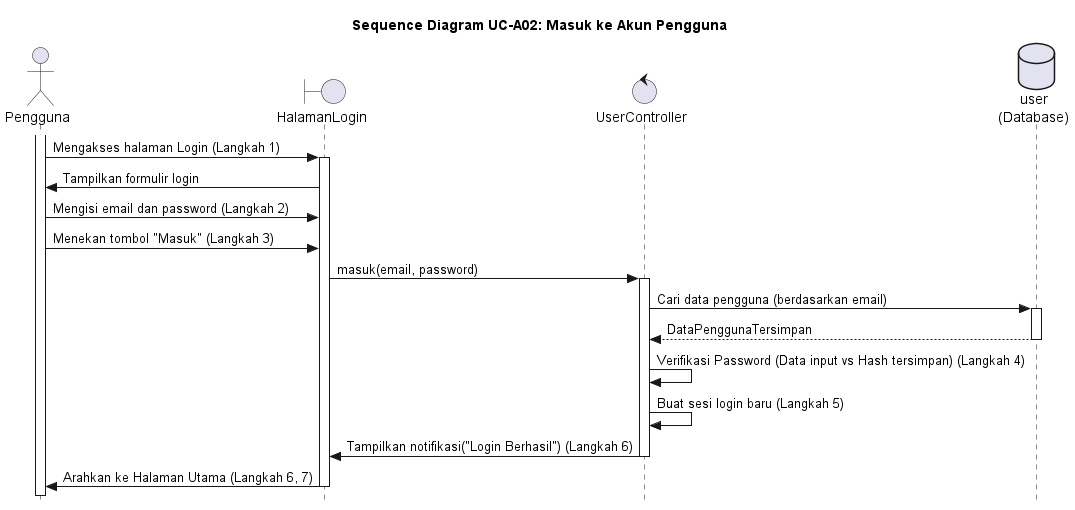
Earlier version of the PlantUML export out/UC-A02/SD-UC-A02_Login.png (alfiahnurfa/RSI-PROYEK-AKHIR-SEQUENCE).
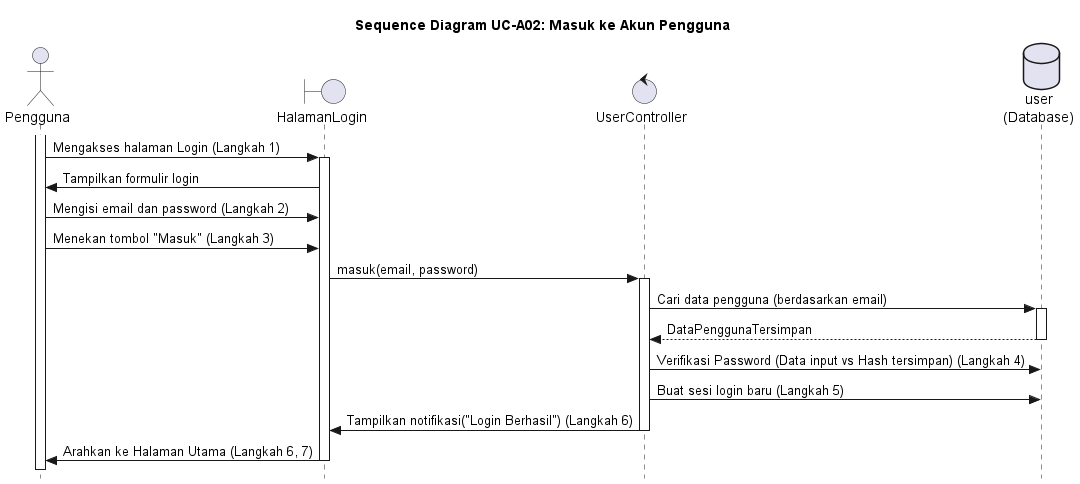
After the change.

Diff of the diagram source:
```diff
@@ -25,9 +25,9 @@
 activate user
 return DataPenggunaTersimpan
 
-UserController -> UserController : Verifikasi Password (Data input vs Hash tersimpan) (Langkah 4)
+UserController -> user : Verifikasi Password (Data input vs Hash tersimpan) (Langkah 4)
 
-    UserController -> UserController : Buat sesi login baru (Langkah 5)
+    UserController -> user : Buat sesi login baru (Langkah 5)
 
     UserController -> HalamanLogin : Tampilkan notifikasi("Login Berhasil") (Langkah 6)
     deactivate UserController
```
